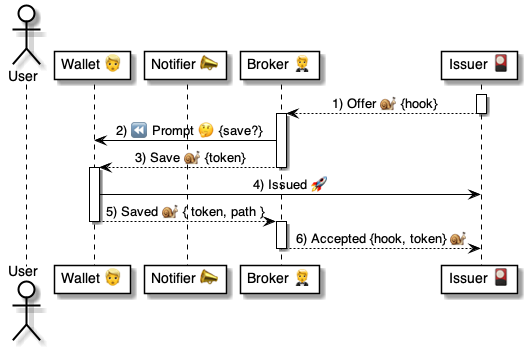
The PlantUML diagram 4 ⚙️ Solution/20 🧑‍🦰 UI/Wallets 🧑‍🦰/🧑‍🦰💬 Wallet chats/...in Prompts 🤔/Save Token 👉🎴🎫/🧑‍🦰 Save token ⚙️ uml.png in pollyweb-org/pollyweb-docs, before a commit. Its source is kept beside it as 4 ⚙️ Solution/20 🧑‍🦰 UI/Wallets 🧑‍🦰/🧑‍🦰💬 Wallet chats/...in Prompts 🤔/Save Token 👉🎴🎫/🧑‍🦰 Save token ⚙️ uml.puml. The source it was exported from:
```plantuml
@startuml Accept()


actor "User" as user
participant "Wallet 👱" as wallet
participant "Notifier 📣" as notifier
participant "Broker 🤵" as broker
participant "Issuer 🎴" as issuer




activate issuer
    issuer --> broker: 1) Offer 🐌 {hook}
deactivate issuer

activate broker

    broker -> wallet: 2) ⏪ Prompt 🤔 {save?}




    broker --> wallet: 3) Save 🐌 {token}
deactivate broker


activate wallet
    wallet -> issuer: 4) Issued 🚀

    wallet --> broker: 5) Saved 🐌 { token, path }
deactivate wallet

activate broker

    broker --> issuer: 6) Accepted {hook, token} 🐌
deactivate broker



@enduml
```
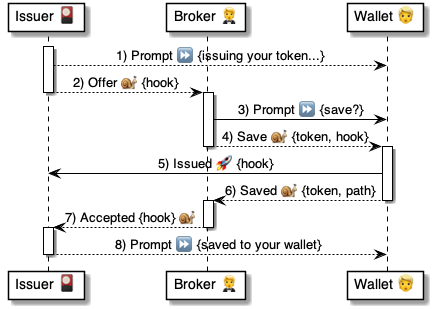
Later version of the same file.

Diff of the diagram source:
```diff
@@ -1,41 +1,43 @@
 @startuml Accept()
 
 
-actor "User" as user
+participant "Issuer 🎴" as issuer
+participant "Broker 🤵" as broker
 participant "Wallet 👱" as wallet
-participant "Notifier 📣" as notifier
-participant "Broker 🤵" as broker
-participant "Issuer 🎴" as issuer
+
+
+activate issuer
+    issuer --> wallet: 1) Prompt ⏩ {issuing your token...}
+
+
+    issuer --> broker: 2) Offer 🐌 {hook}
+deactivate issuer
+
+activate broker
+
+    broker -> wallet: 3) Prompt ⏩ {save?}
 
 
 
 
-activate issuer
-    issuer --> broker: 1) Offer 🐌 {hook}
-deactivate issuer
-
-activate broker
-
-    broker -> wallet: 2) ⏪ Prompt 🤔 {save?}
-
-
-
-
-    broker --> wallet: 3) Save 🐌 {token}
+    broker --> wallet: 4) Save 🐌 {token, hook}
 deactivate broker
 
 
 activate wallet
-    wallet -> issuer: 4) Issued 🚀
+    wallet -> issuer: 5) Issued 🚀 {hook}
 
-    wallet --> broker: 5) Saved 🐌 { token, path }
+    wallet --> broker: 6) Saved 🐌 {token, path}
 deactivate wallet
 
 activate broker
 
-    broker --> issuer: 6) Accepted {hook, token} 🐌
+    broker --> issuer: 7) Accepted {hook} 🐌
 deactivate broker
 
+activate issuer
+    issuer --> wallet: 8) Prompt ⏩ {saved to your wallet}
+deactivate issuer
 
 
 @enduml
```
